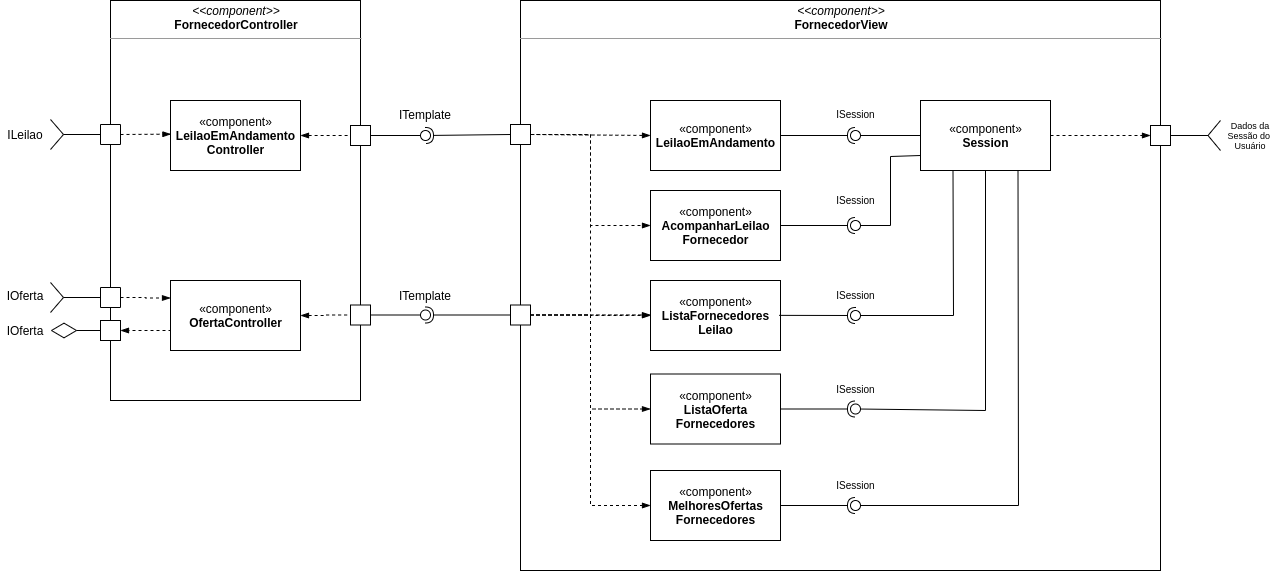
Before: Projeto Final/images/diagrama-subcomponentes.png, a diagram exported from draw.io (eNove/unicamp-engsoft-2020-inf331). Source tidied: cells renumbered, new cells last; positions are measured from the earlier drawing's top-left corner, leaving out a move shared by most shapes.
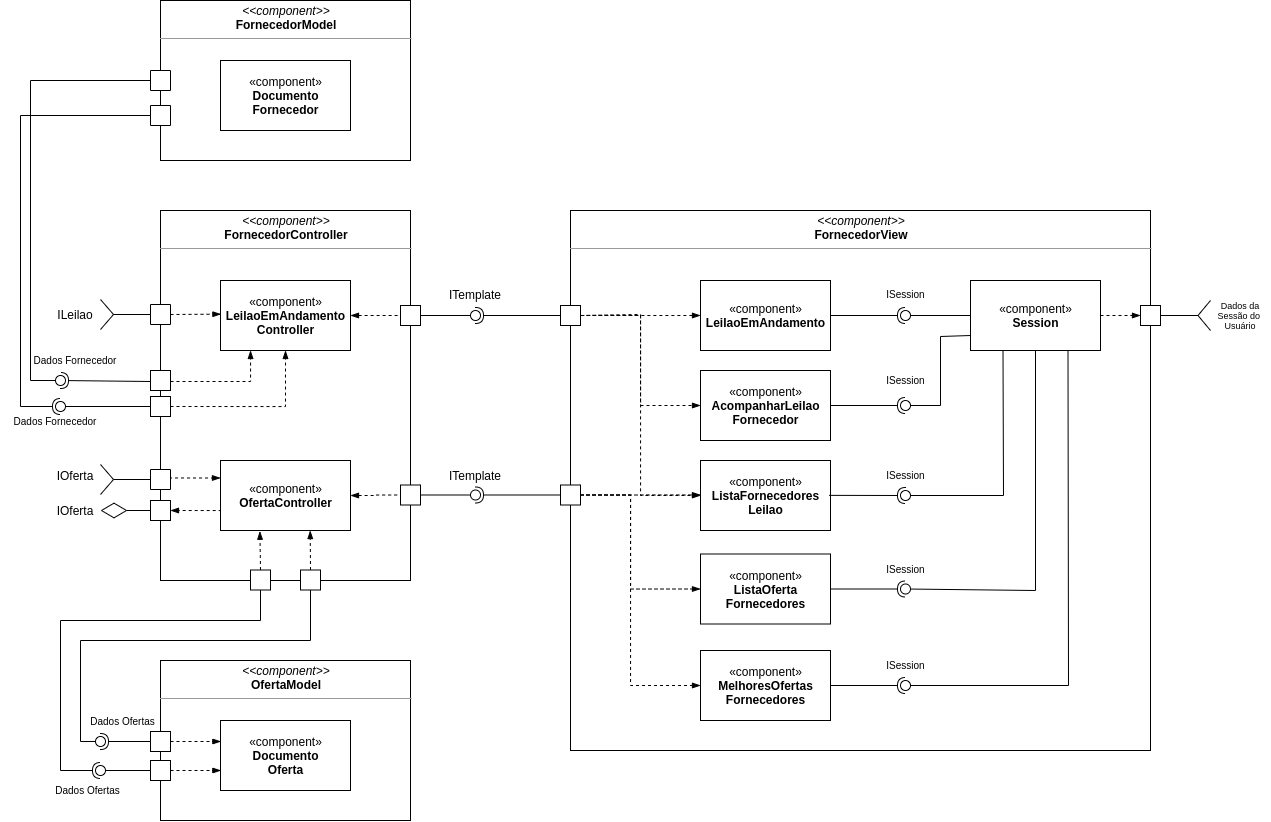
After the change.

Commit message:
Diagrama subcomponentes - add model - DONE!

Change to the diagram source:
```diff
@@ -3,10 +3,10 @@
     <mxCell id="0" />
     <mxCell id="1" parent="0" />
     <mxCell id="2" value="&lt;p style=&quot;margin: 0px ; margin-top: 4px ; text-align: center&quot;&gt;&lt;i&gt;&amp;lt;&amp;lt;component&amp;gt;&amp;gt;&lt;/i&gt;&lt;br&gt;&lt;b&gt;FornecedorController&lt;/b&gt;&lt;/p&gt;&lt;hr size=&quot;1&quot;&gt;&lt;p style=&quot;margin: 0px ; margin-left: 4px&quot;&gt;&lt;/p&gt;&lt;p style=&quot;margin: 0px ; margin-left: 4px&quot;&gt;&lt;br&gt;&lt;/p&gt;" style="verticalAlign=top;align=left;overflow=fill;fontSize=12;fontFamily=Helvetica;html=1;" parent="1" vertex="1">
-      <mxGeometry x="110" width="250" height="400" as="geometry" />
+      <mxGeometry x="110" y="30" width="250" height="370" as="geometry" />
     </mxCell>
     <mxCell id="3" value="&lt;p style=&quot;margin: 0px ; margin-top: 4px ; text-align: center&quot;&gt;&lt;i&gt;&amp;lt;&amp;lt;component&amp;gt;&amp;gt;&lt;/i&gt;&lt;br&gt;&lt;b&gt;FornecedorView&lt;/b&gt;&lt;/p&gt;&lt;hr size=&quot;1&quot;&gt;&lt;p style=&quot;margin: 0px ; margin-left: 4px&quot;&gt;&lt;/p&gt;&lt;p style=&quot;margin: 0px ; margin-left: 4px&quot;&gt;&lt;br&gt;&lt;/p&gt;" style="verticalAlign=top;align=left;overflow=fill;fontSize=12;fontFamily=Helvetica;html=1;" parent="1" vertex="1">
-      <mxGeometry x="520" width="640" height="570" as="geometry" />
+      <mxGeometry x="520" y="30" width="580" height="540" as="geometry" />
     </mxCell>
     <mxCell id="4" value="«component»&lt;br&gt;&lt;b&gt;LeilaoEmAndamento&lt;br&gt;&lt;/b&gt;" style="html=1;" parent="1" vertex="1">
       <mxGeometry x="650" y="100" width="130" height="70" as="geometry" />
@@ -23,19 +23,20 @@
     <mxCell id="8" style="edgeStyle=orthogonalEdgeStyle;rounded=0;jettySize=auto;html=1;exitX=1;exitY=0.5;exitDx=0;exitDy=0;dashed=1;endArrow=blockThin;endFill=1;fontSize=9;" parent="1" edge="1" source="9" target="45">
       <mxGeometry relative="1" as="geometry">
         <Array as="points">
+          <mxPoint x="530" y="134" />
           <mxPoint x="590" y="134" />
           <mxPoint x="590" y="315" />
         </Array>
       </mxGeometry>
     </mxCell>
     <mxCell id="9" style="rounded=0;whiteSpace=wrap;html=1;" parent="1" vertex="1">
-      <mxGeometry x="510" y="124" width="20" height="20" as="geometry" />
+      <mxGeometry x="510" y="125" width="20" height="20" as="geometry" />
     </mxCell>
     <mxCell id="10" style="endArrow=blockThin;dashed=1;html=1;exitX=1;exitY=0.5;exitDx=0;exitDy=0;entryX=0;entryY=0.5;entryDx=0;entryDy=0;endFill=1;" parent="1" edge="1" source="5" target="23">
       <mxGeometry relative="1" as="geometry" />
     </mxCell>
     <mxCell id="11" value="Dados da&lt;br style=&quot;font-size: 9px;&quot;&gt;Sessão do &lt;br style=&quot;font-size: 9px;&quot;&gt;Usuário" style="text;html=1;strokeColor=none;fillColor=none;align=center;verticalAlign=middle;whiteSpace=wrap;rounded=0;fontSize=9;" parent="1" vertex="1">
-      <mxGeometry x="1220" y="115" width="60" height="40" as="geometry" />
+      <mxGeometry x="1160" y="115" width="60" height="40" as="geometry" />
     </mxCell>
     <mxCell id="12" style="rounded=0;jettySize=auto;html=1;endArrow=none;endFill=0;fontSize=10;exitX=0;exitY=0.5;exitDx=0;exitDy=0;" parent="1" edge="1" source="5" target="14">
       <mxGeometry relative="1" as="geometry" />
@@ -68,7 +69,7 @@
       <mxGeometry x="420" y="130" width="10" height="10" as="geometry" />
     </mxCell>
     <mxCell id="22" style="group;" parent="1" vertex="1">
-      <mxGeometry x="1150" y="120" width="70" height="30" as="geometry" />
+      <mxGeometry x="1090" y="120" width="70" height="30" as="geometry" />
     </mxCell>
     <mxCell id="23" style="rounded=0;whiteSpace=wrap;html=1;" parent="22" vertex="1">
       <mxGeometry y="5" width="20" height="20" as="geometry" />
@@ -184,10 +185,20 @@
       </mxGeometry>
     </mxCell>
     <mxCell id="50" style="edgeStyle=orthogonalEdgeStyle;rounded=0;jettySize=auto;html=1;exitX=1;exitY=0.5;exitDx=0;exitDy=0;entryX=0;entryY=0.5;entryDx=0;entryDy=0;endArrow=blockThin;endFill=1;fontSize=9;dashed=1;" parent="1" edge="1" source="52" target="69">
-      <mxGeometry relative="1" as="geometry" />
+      <mxGeometry relative="1" as="geometry">
+        <Array as="points">
+          <mxPoint x="580" y="314" />
+          <mxPoint x="580" y="408" />
+        </Array>
+      </mxGeometry>
     </mxCell>
     <mxCell id="51" style="edgeStyle=orthogonalEdgeStyle;rounded=0;jettySize=auto;html=1;exitX=1;exitY=0.5;exitDx=0;exitDy=0;entryX=0;entryY=0.5;entryDx=0;entryDy=0;dashed=1;endArrow=blockThin;endFill=1;fontSize=9;" parent="1" edge="1" source="52" target="70">
-      <mxGeometry relative="1" as="geometry" />
+      <mxGeometry relative="1" as="geometry">
+        <Array as="points">
+          <mxPoint x="580" y="314" />
+          <mxPoint x="580" y="505" />
+        </Array>
+      </mxGeometry>
     </mxCell>
     <mxCell id="52" style="rounded=0;whiteSpace=wrap;html=1;" parent="1" vertex="1">
       <mxGeometry x="510" y="304.5" width="20" height="20" as="geometry" />
@@ -208,7 +219,7 @@
       <mxGeometry x="400" y="284.5" width="50" height="20" as="geometry" />
     </mxCell>
     <mxCell id="58" style="group;rotation=-180;" parent="1" vertex="1">
-      <mxGeometry x="50" y="282" width="70" height="30" as="geometry" />
+      <mxGeometry x="50" y="284" width="70" height="30" as="geometry" />
     </mxCell>
     <mxCell id="59" style="rounded=0;whiteSpace=wrap;html=1;rotation=-180;" parent="58" vertex="1">
       <mxGeometry x="50" y="5" width="20" height="20" as="geometry" />
@@ -238,7 +249,11 @@
       <mxGeometry y="285" width="50" height="20" as="geometry" />
     </mxCell>
     <mxCell id="65" style="edgeStyle=orthogonalEdgeStyle;rounded=0;jettySize=auto;html=1;exitX=0;exitY=0.5;exitDx=0;exitDy=0;entryX=0;entryY=0.25;entryDx=0;entryDy=0;dashed=1;endArrow=blockThin;endFill=1;fontSize=9;" parent="1" edge="1" source="59" target="44">
-      <mxGeometry relative="1" as="geometry" />
+      <mxGeometry relative="1" as="geometry">
+        <Array as="points">
+          <mxPoint x="120" y="297" />
+        </Array>
+      </mxGeometry>
     </mxCell>
     <mxCell id="66" style="rounded=0;jettySize=auto;html=1;endArrow=none;endFill=0;fontSize=9;exitX=0.25;exitY=1;exitDx=0;exitDy=0;" parent="1" edge="1" source="5" target="68">
       <mxGeometry relative="1" as="geometry">
@@ -297,5 +312,147 @@
     <mxCell id="80" value="&lt;font color=&quot;#000000&quot; size=&quot;1&quot;&gt;ISession&lt;/font&gt;" style="text;html=1;strokeColor=none;fillColor=none;align=center;verticalAlign=middle;whiteSpace=wrap;rounded=0;fontSize=10;fontColor=#FF0000;" parent="1" vertex="1">
       <mxGeometry x="817.5" y="470" width="75" height="29.5" as="geometry" />
     </mxCell>
+    <mxCell id="81" value="&lt;p style=&quot;margin: 0px ; margin-top: 4px ; text-align: center&quot;&gt;&lt;i&gt;&amp;lt;&amp;lt;component&amp;gt;&amp;gt;&lt;/i&gt;&lt;br&gt;&lt;b&gt;OfertaModel&lt;/b&gt;&lt;/p&gt;&lt;hr size=&quot;1&quot;&gt;&lt;p style=&quot;margin: 0px ; margin-left: 4px&quot;&gt;&lt;/p&gt;&lt;p style=&quot;margin: 0px ; margin-left: 4px&quot;&gt;&lt;br&gt;&lt;/p&gt;" style="verticalAlign=top;align=left;overflow=fill;fontSize=12;fontFamily=Helvetica;html=1;" parent="1" vertex="1">
+      <mxGeometry x="110" y="480" width="250" height="160" as="geometry" />
+    </mxCell>
+    <mxCell id="82" style="edgeStyle=orthogonalEdgeStyle;rounded=0;jettySize=auto;html=1;exitX=0.5;exitY=0;exitDx=0;exitDy=0;entryX=0.303;entryY=1.011;entryDx=0;entryDy=0;entryPerimeter=0;dashed=1;endArrow=blockThin;endFill=1;" parent="1" edge="1" source="83" target="44">
+      <mxGeometry relative="1" as="geometry" />
+    </mxCell>
+    <mxCell id="83" style="rounded=0;whiteSpace=wrap;html=1;" parent="1" vertex="1">
+      <mxGeometry x="200" y="389.5" width="20" height="20" as="geometry" />
+    </mxCell>
+    <mxCell id="84" style="edgeStyle=orthogonalEdgeStyle;rounded=0;jettySize=auto;html=1;exitX=0;exitY=0.5;exitDx=0;exitDy=0;dashed=1;endArrow=blockThin;endFill=1;" parent="1" edge="1" target="6">
+      <mxGeometry relative="1" as="geometry">
+        <mxPoint x="120" y="201" as="sourcePoint" />
+        <Array as="points">
+          <mxPoint x="200" y="201" />
+        </Array>
+      </mxGeometry>
+    </mxCell>
+    <mxCell id="85" style="edgeStyle=orthogonalEdgeStyle;rounded=0;jettySize=auto;html=1;exitX=1;exitY=0.5;exitDx=0;exitDy=0;entryX=0.5;entryY=1;entryDx=0;entryDy=0;dashed=1;endArrow=blockThin;endFill=1;" parent="1" edge="1" source="86" target="6">
+      <mxGeometry relative="1" as="geometry" />
+    </mxCell>
+    <mxCell id="86" style="rounded=0;whiteSpace=wrap;html=1;" parent="1" vertex="1">
+      <mxGeometry x="100" y="216" width="20" height="20" as="geometry" />
+    </mxCell>
+    <mxCell id="87" value="«component»&lt;br&gt;&lt;b&gt;Documento&lt;br&gt;Oferta&lt;br&gt;&lt;/b&gt;" style="html=1;" parent="1" vertex="1">
+      <mxGeometry x="170" y="540" width="130" height="70" as="geometry" />
+    </mxCell>
+    <mxCell id="88" style="edgeStyle=orthogonalEdgeStyle;rounded=0;jettySize=auto;html=1;exitX=0.5;exitY=0;exitDx=0;exitDy=0;entryX=0.69;entryY=1.001;entryDx=0;entryDy=0;entryPerimeter=0;dashed=1;endArrow=blockThin;endFill=1;" parent="1" edge="1" source="89" target="44">
+      <mxGeometry relative="1" as="geometry" />
+    </mxCell>
+    <mxCell id="89" style="rounded=0;whiteSpace=wrap;html=1;" parent="1" vertex="1">
+      <mxGeometry x="250" y="389.5" width="20" height="20" as="geometry" />
+    </mxCell>
+    <mxCell id="90" value="&lt;p style=&quot;margin: 0px ; margin-top: 4px ; text-align: center&quot;&gt;&lt;i&gt;&amp;lt;&amp;lt;component&amp;gt;&amp;gt;&lt;/i&gt;&lt;br&gt;&lt;b&gt;FornecedorModel&lt;/b&gt;&lt;/p&gt;&lt;hr size=&quot;1&quot;&gt;&lt;p style=&quot;margin: 0px ; margin-left: 4px&quot;&gt;&lt;/p&gt;&lt;p style=&quot;margin: 0px ; margin-left: 4px&quot;&gt;&lt;br&gt;&lt;/p&gt;" style="verticalAlign=top;align=left;overflow=fill;fontSize=12;fontFamily=Helvetica;html=1;" parent="1" vertex="1">
+      <mxGeometry x="110" y="-180" width="250" height="160" as="geometry" />
+    </mxCell>
+    <mxCell id="91" value="«component»&lt;br&gt;&lt;b&gt;Documento&lt;br&gt;Fornecedor&lt;br&gt;&lt;/b&gt;" style="html=1;" parent="1" vertex="1">
+      <mxGeometry x="170" y="-120" width="130" height="70" as="geometry" />
+    </mxCell>
+    <mxCell id="92" style="group;rotation=-180;" parent="1" vertex="1">
+      <mxGeometry x="50" y="-80" width="70" height="30" as="geometry" />
+    </mxCell>
+    <mxCell id="93" style="rounded=0;whiteSpace=wrap;html=1;rotation=-180;" parent="92" vertex="1">
+      <mxGeometry x="50" y="5" width="20" height="20" as="geometry" />
+    </mxCell>
+    <mxCell id="94" style="rounded=0;jettySize=auto;html=1;endArrow=none;endFill=0;exitX=0;exitY=0.5;exitDx=0;exitDy=0;" parent="1" edge="1" source="86" target="96">
+      <mxGeometry relative="1" as="geometry" />
+    </mxCell>
+    <mxCell id="95" style="rounded=0;jettySize=auto;html=1;endArrow=halfCircle;endFill=0;entryX=0.5;entryY=0.5;entryDx=0;entryDy=0;endSize=6;strokeWidth=1;exitX=1;exitY=0.5;exitDx=0;exitDy=0;" parent="1" edge="1" source="93" target="96">
+      <mxGeometry relative="1" as="geometry">
+        <Array as="points">
+          <mxPoint x="-30" y="-65" />
+          <mxPoint x="-30" y="226" />
+        </Array>
+      </mxGeometry>
+    </mxCell>
+    <mxCell id="96" style="ellipse;whiteSpace=wrap;html=1;fontFamily=Helvetica;fontSize=12;fontColor=#000000;align=center;strokeColor=#000000;fillColor=#ffffff;points=[];" parent="1" vertex="1">
+      <mxGeometry x="5" y="221" width="10" height="10" as="geometry" />
+    </mxCell>
+    <mxCell id="97" style="rounded=0;jettySize=auto;html=1;endArrow=none;endFill=0;exitX=1;exitY=0.5;exitDx=0;exitDy=0;" parent="1" edge="1" source="102" target="99">
+      <mxGeometry relative="1" as="geometry">
+        <Array as="points">
+          <mxPoint x="-20" y="-100" />
+          <mxPoint x="-20" y="200" />
+        </Array>
+      </mxGeometry>
+    </mxCell>
+    <mxCell id="98" style="rounded=0;orthogonalLoop=1;jettySize=auto;html=1;endArrow=halfCircle;endFill=0;endSize=6;strokeWidth=1;exitX=1;exitY=0.5;exitDx=0;exitDy=0;" parent="1" edge="1">
+      <mxGeometry relative="1" as="geometry">
+        <mxPoint x="100" y="201" as="sourcePoint" />
+        <mxPoint x="10" y="200" as="targetPoint" />
+      </mxGeometry>
+    </mxCell>
+    <mxCell id="99" style="ellipse;whiteSpace=wrap;html=1;fontFamily=Helvetica;fontSize=12;fontColor=#000000;align=center;strokeColor=#000000;fillColor=#ffffff;points=[];" parent="1" vertex="1">
+      <mxGeometry x="5" y="195" width="10" height="10" as="geometry" />
+    </mxCell>
+    <mxCell id="100" style="rounded=0;whiteSpace=wrap;html=1;" parent="1" vertex="1">
+      <mxGeometry x="100" y="190" width="20" height="20" as="geometry" />
+    </mxCell>
+    <mxCell id="101" style="group;rotation=-180;" parent="1" vertex="1">
+      <mxGeometry x="50" y="-115" width="70" height="30" as="geometry" />
+    </mxCell>
+    <mxCell id="102" style="rounded=0;whiteSpace=wrap;html=1;rotation=-180;" parent="101" vertex="1">
+      <mxGeometry x="50" y="5" width="20" height="20" as="geometry" />
+    </mxCell>
+    <mxCell id="103" value="Dados Fornecedor" style="text;html=1;strokeColor=none;fillColor=none;align=center;verticalAlign=middle;whiteSpace=wrap;rounded=0;fontSize=10;" parent="1" vertex="1">
+      <mxGeometry x="-30" y="170" width="110" height="20" as="geometry" />
+    </mxCell>
+    <mxCell id="104" value="Dados Fornecedor" style="text;html=1;strokeColor=none;fillColor=none;align=center;verticalAlign=middle;whiteSpace=wrap;rounded=0;fontSize=10;" parent="1" vertex="1">
+      <mxGeometry x="-50" y="231" width="110" height="20" as="geometry" />
+    </mxCell>
+    <mxCell id="105" style="edgeStyle=orthogonalEdgeStyle;rounded=0;jettySize=auto;html=1;exitX=1;exitY=0.5;exitDx=0;exitDy=0;entryX=0.003;entryY=0.3;entryDx=0;entryDy=0;endArrow=blockThin;endFill=1;fontSize=10;entryPerimeter=0;dashed=1;" parent="1" edge="1" source="106" target="87">
+      <mxGeometry relative="1" as="geometry" />
+    </mxCell>
+    <mxCell id="106" style="rounded=0;whiteSpace=wrap;html=1;" parent="1" vertex="1">
+      <mxGeometry x="100" y="551" width="20" height="20" as="geometry" />
+    </mxCell>
+    <mxCell id="107" style="edgeStyle=orthogonalEdgeStyle;rounded=0;jettySize=auto;html=1;exitX=1;exitY=0.5;exitDx=0;exitDy=0;entryX=0.003;entryY=0.3;entryDx=0;entryDy=0;endArrow=blockThin;endFill=1;fontSize=10;entryPerimeter=0;dashed=1;" parent="1" edge="1" source="108">
+      <mxGeometry relative="1" as="geometry">
+        <mxPoint x="170.4" y="590" as="targetPoint" />
+      </mxGeometry>
+    </mxCell>
+    <mxCell id="108" style="rounded=0;whiteSpace=wrap;html=1;" parent="1" vertex="1">
+      <mxGeometry x="100" y="580" width="20" height="20" as="geometry" />
+    </mxCell>
+    <mxCell id="109" style="rounded=0;jettySize=auto;html=1;endArrow=none;endFill=0;fontSize=10;exitX=0.5;exitY=1;exitDx=0;exitDy=0;" parent="1" edge="1" source="89" target="111">
+      <mxGeometry relative="1" as="geometry">
+        <Array as="points">
+          <mxPoint x="260" y="460" />
+          <mxPoint x="30" y="460" />
+          <mxPoint x="30" y="561" />
+        </Array>
+      </mxGeometry>
+    </mxCell>
+    <mxCell id="110" style="rounded=0;jettySize=auto;html=1;endArrow=halfCircle;endFill=0;entryX=0.5;entryY=0.5;entryDx=0;entryDy=0;endSize=6;strokeWidth=1;fontSize=10;" parent="1" edge="1" target="111">
+      <mxGeometry relative="1" as="geometry">
+        <mxPoint x="100" y="561" as="sourcePoint" />
+      </mxGeometry>
+    </mxCell>
+    <mxCell id="111" style="ellipse;whiteSpace=wrap;html=1;fontFamily=Helvetica;fontSize=12;fontColor=#000000;align=center;strokeColor=#000000;fillColor=#ffffff;points=[];" parent="1" vertex="1">
+      <mxGeometry x="45" y="556" width="10" height="10" as="geometry" />
+    </mxCell>
+    <mxCell id="112" style="rounded=0;jettySize=auto;html=1;endArrow=none;endFill=0;fontSize=10;exitX=0;exitY=0.5;exitDx=0;exitDy=0;" parent="1" edge="1" source="108" target="114">
+      <mxGeometry relative="1" as="geometry" />
+    </mxCell>
+    <mxCell id="113" style="rounded=0;jettySize=auto;html=1;endArrow=halfCircle;endFill=0;entryX=0.5;entryY=0.5;entryDx=0;entryDy=0;endSize=6;strokeWidth=1;fontSize=10;exitX=0.5;exitY=1;exitDx=0;exitDy=0;" parent="1" edge="1" source="83" target="114">
+      <mxGeometry relative="1" as="geometry">
+        <Array as="points">
+          <mxPoint x="210" y="440" />
+          <mxPoint x="10" y="440" />
+          <mxPoint x="10" y="590" />
+        </Array>
+      </mxGeometry>
+    </mxCell>
+    <mxCell id="114" style="ellipse;whiteSpace=wrap;html=1;fontFamily=Helvetica;fontSize=12;fontColor=#000000;align=center;strokeColor=#000000;fillColor=#ffffff;points=[];" parent="1" vertex="1">
+      <mxGeometry x="45" y="585" width="10" height="10" as="geometry" />
+    </mxCell>
+    <mxCell id="115" value="Dados Ofertas" style="text;html=1;strokeColor=none;fillColor=none;align=center;verticalAlign=middle;whiteSpace=wrap;rounded=0;fontSize=10;" parent="1" vertex="1">
+      <mxGeometry x="35" y="531" width="75" height="20" as="geometry" />
+    </mxCell>
+    <mxCell id="116" value="Dados Ofertas" style="text;html=1;strokeColor=none;fillColor=none;align=center;verticalAlign=middle;whiteSpace=wrap;rounded=0;fontSize=10;" parent="1" vertex="1">
+      <mxGeometry y="600" width="75" height="20" as="geometry" />
+    </mxCell>
   </root>
 </mxGraphModel>
```
